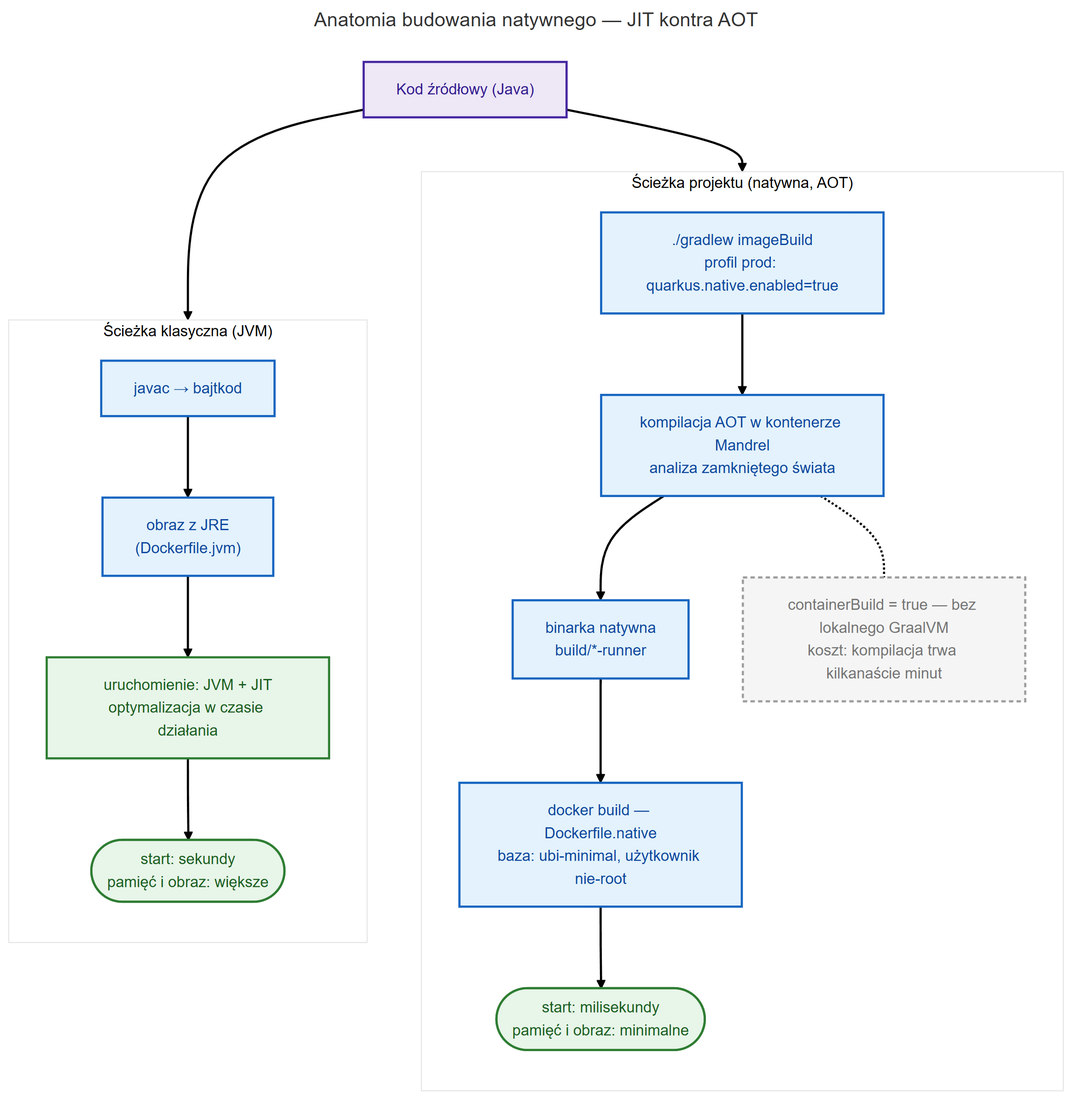
This is thesis/img/diagrams/04-build/build-03-flow-native-build.png from mwas-inz/bsc-devops, a Mermaid export, as it was before one commit. Its source is kept beside it as docs/diagrams/04-build/build-03-flow-native-build.mmd. The source it was exported from:
```mermaid
---
title: Anatomia budowania natywnego — JIT kontra AOT
config:
  theme: neo
---
flowchart TB
    src["Kod źródłowy (Java)"]

    subgraph jvm["Ścieżka klasyczna (JVM)"]
        direction TB
        javac["javac → bajtkod"]
        jre["obraz z JRE<br/>(Dockerfile.jvm)"]
        jit["uruchomienie: JVM + JIT<br/>optymalizacja w czasie działania"]
        jout(["start: sekundy<br/>pamięć i obraz: większe"])
        javac --> jre --> jit --> jout
    end

    subgraph nat["Ścieżka projektu (natywna, AOT)"]
        direction TB
        gradle["./gradlew imageBuild<br/>profil prod: quarkus.native.enabled=true"]
        aot["kompilacja AOT w kontenerze Mandrel<br/>analiza zamkniętego świata"]
        mand["containerBuild = true — bez lokalnego GraalVM<br/>koszt: kompilacja trwa kilkanaście minut"]
        bin["binarka natywna<br/>build/*-runner"]
        dbuild["docker build — Dockerfile.native<br/>baza: ubi-minimal, użytkownik nie-root"]
        nout(["start: milisekundy<br/>pamięć i obraz: minimalne"])
        gradle --> aot --> bin --> dbuild --> nout
        aot -.- mand
    end

    src --> jvm
    src --> nat

    classDef buildtime fill:#e3f2fd,stroke:#1565c0,color:#0d47a1;
    classDef runtime fill:#e8f5e9,stroke:#2e7d32,color:#1b5e20;
    classDef ghost fill:#f5f5f5,stroke:#9e9e9e,color:#757575,stroke-dasharray: 4 3;
    classDef srcc fill:#ede7f6,stroke:#4527a0,color:#311b92;

    class src srcc;
    class javac,jre,gradle,aot,bin,dbuild buildtime;
    class jit,jout,nout runtime;
    class mand ghost;
```
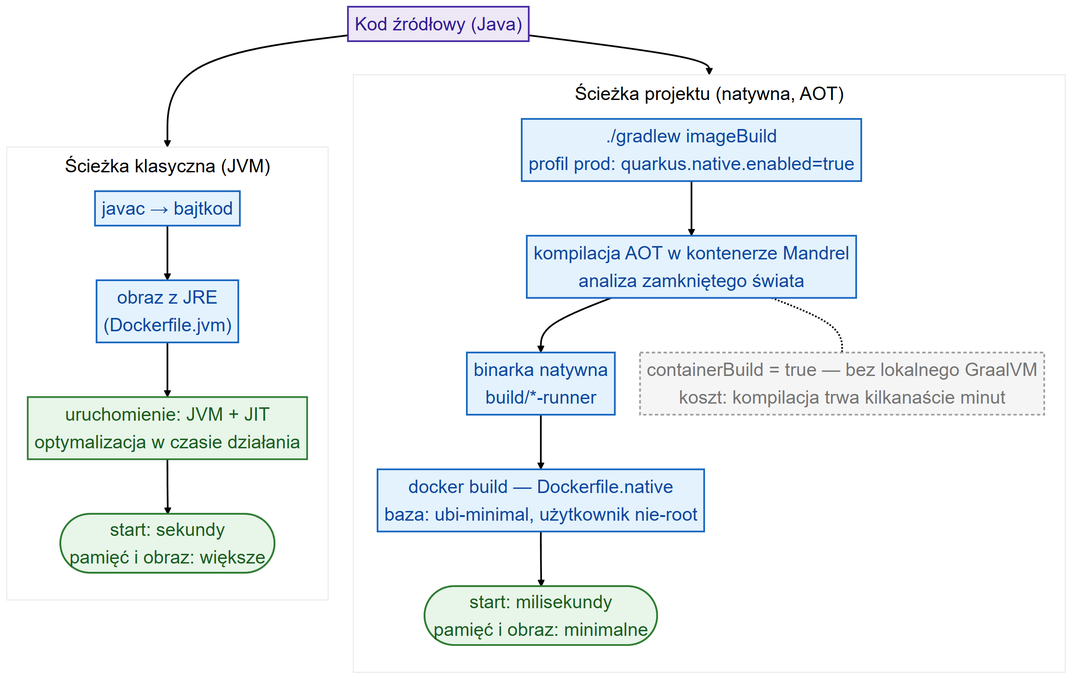
The same diagram one commit later.

Diff of the diagram source:
```diff
@@ -1,7 +1,17 @@
 ---
-title: Anatomia budowania natywnego — JIT kontra AOT
 config:
   theme: neo
+  themeVariables:
+    fontSize: 22px
+  flowchart:
+    nodeSpacing: 30
+    rankSpacing: 40
+    padding: 4
+    subGraphTitleMargin:
+      top: 6
+      bottom: 14
+    diagramPadding: 8
+    wrappingWidth: 600
 ---
 flowchart TB
     src["Kod źródłowy (Java)"]
```
